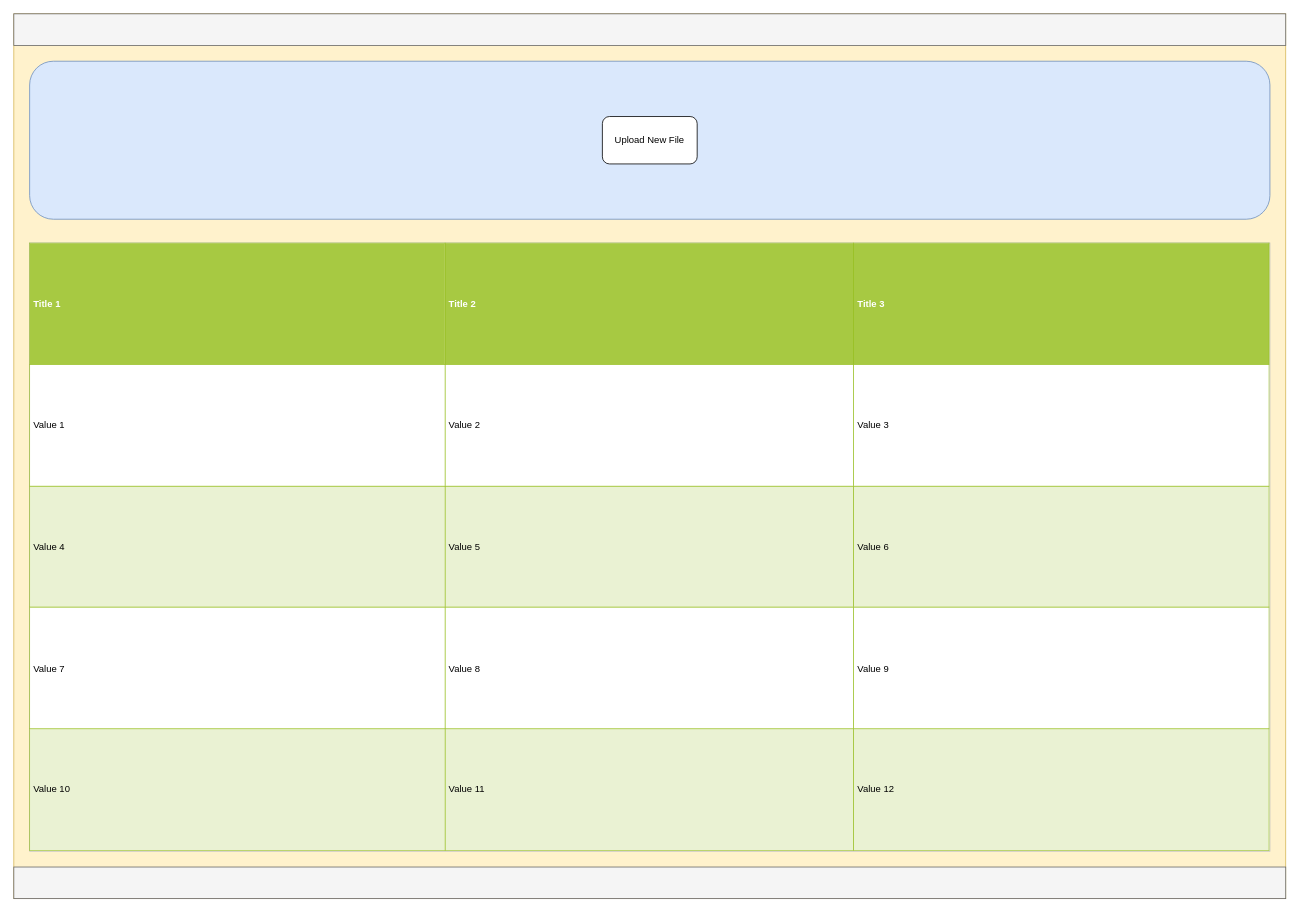
This is page "Index Page" (2 of 3) of CustomerReminderDiagram.drawio from ahmadtechnik/CustomerReminder, a draw.io file, before an edit. Source tidied: cells renumbered, new cells numbered last; positions are measured from the earlier drawing's top-left corner, leaving out a move shared by most shapes. Both pictures are drawn from the tidied source at 79%, with x=0, y=0 at pixel (13, 13).
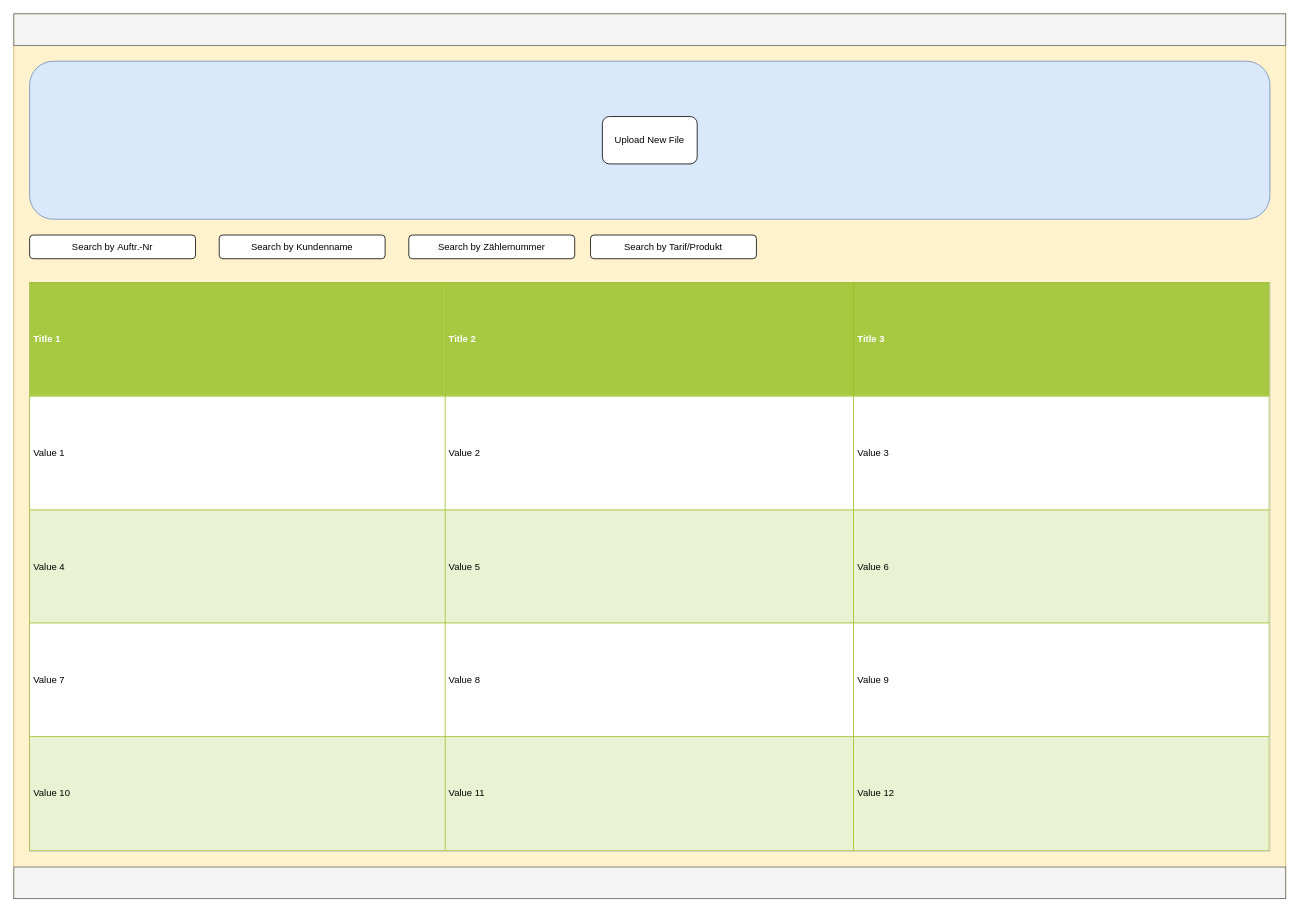
After the change.

The edit, as a diff of the source:
```diff
@@
 <mxGraphModel>
   <root>
     <mxCell id="0" />
     <mxCell id="1" parent="0" />
     <mxCell id="2" style="rounded=0;whiteSpace=wrap;html=1;fillColor=#fff2cc;strokeColor=#d6b656;" parent="1" vertex="1">
       <mxGeometry width="1610" height="1120" as="geometry" />
     </mxCell>
     <mxCell id="3" style="rounded=0;whiteSpace=wrap;html=1;fillColor=#f5f5f5;strokeColor=#666666;fontColor=#333333;" parent="1" vertex="1">
       <mxGeometry width="1610" height="40" as="geometry" />
     </mxCell>
     <mxCell id="4" style="rounded=0;whiteSpace=wrap;html=1;fillColor=#f5f5f5;strokeColor=#666666;fontColor=#333333;" parent="1" vertex="1">
       <mxGeometry y="1080" width="1610" height="40" as="geometry" />
     </mxCell>
     <mxCell id="5" style="rounded=1;whiteSpace=wrap;html=1;fillColor=#dae8fc;strokeColor=#6c8ebf;" parent="1" vertex="1">
       <mxGeometry x="20" y="60" width="1570" height="200" as="geometry" />
     </mxCell>
     <mxCell id="6" value="Upload New File" style="rounded=1;whiteSpace=wrap;html=1;" parent="1" vertex="1">
       <mxGeometry x="745" y="130" width="120" height="60" as="geometry" />
     </mxCell>
     <mxCell id="7" value="&lt;table border=&quot;1&quot; width=&quot;100%&quot; height=&quot;100%&quot; cellpadding=&quot;4&quot; style=&quot;width:100%;height:100%;border-collapse:collapse;&quot;&gt;&lt;tr style=&quot;background-color:#A7C942;color:#ffffff;border:1px solid #98bf21;&quot;&gt;&lt;th align=&quot;left&quot;&gt;Title 1&lt;/th&gt;&lt;th align=&quot;left&quot;&gt;Title 2&lt;/th&gt;&lt;th align=&quot;left&quot;&gt;Title 3&lt;/th&gt;&lt;/tr&gt;&lt;tr style=&quot;border:1px solid #98bf21;&quot;&gt;&lt;td&gt;Value 1&lt;/td&gt;&lt;td&gt;Value 2&lt;/td&gt;&lt;td&gt;Value 3&lt;/td&gt;&lt;/tr&gt;&lt;tr style=&quot;background-color:#EAF2D3;border:1px solid #98bf21;&quot;&gt;&lt;td&gt;Value 4&lt;/td&gt;&lt;td&gt;Value 5&lt;/td&gt;&lt;td&gt;Value 6&lt;/td&gt;&lt;/tr&gt;&lt;tr style=&quot;border:1px solid #98bf21;&quot;&gt;&lt;td&gt;Value 7&lt;/td&gt;&lt;td&gt;Value 8&lt;/td&gt;&lt;td&gt;Value 9&lt;/td&gt;&lt;/tr&gt;&lt;tr style=&quot;background-color:#EAF2D3;border:1px solid #98bf21;&quot;&gt;&lt;td&gt;Value 10&lt;/td&gt;&lt;td&gt;Value 11&lt;/td&gt;&lt;td&gt;Value 12&lt;/td&gt;&lt;/tr&gt;&lt;/table&gt;" style="text;html=1;strokeColor=#c0c0c0;fillColor=#ffffff;overflow=fill;rounded=0;" parent="1" vertex="1">
-      <mxGeometry x="20" y="290" width="1570" height="770" as="geometry" />
+      <mxGeometry x="20" y="340" width="1570" height="720" as="geometry" />
     </mxCell>
+    <mxCell id="8" value="Search by&amp;nbsp;&lt;span&gt;Auftr.-Nr&lt;/span&gt;" style="rounded=1;whiteSpace=wrap;html=1;" parent="1" vertex="1">
+      <mxGeometry x="20" y="280" width="210" height="30" as="geometry" />
+    </mxCell>
+    <mxCell id="9" value="Search by&amp;nbsp;&lt;span&gt;Kundenname&lt;/span&gt;" style="rounded=1;whiteSpace=wrap;html=1;" parent="1" vertex="1">
+      <mxGeometry x="260" y="280" width="210" height="30" as="geometry" />
+    </mxCell>
+    <mxCell id="10" value="Search by&amp;nbsp;&lt;span&gt;Zählernummer&lt;/span&gt;" style="rounded=1;whiteSpace=wrap;html=1;" parent="1" vertex="1">
+      <mxGeometry x="500" y="280" width="210" height="30" as="geometry" />
+    </mxCell>
+    <mxCell id="11" value="Search by Tarif/Produkt" style="rounded=1;whiteSpace=wrap;html=1;" parent="1" vertex="1">
+      <mxGeometry x="730" y="280" width="210" height="30" as="geometry" />
+    </mxCell>
   </root>
 </mxGraphModel>
```
